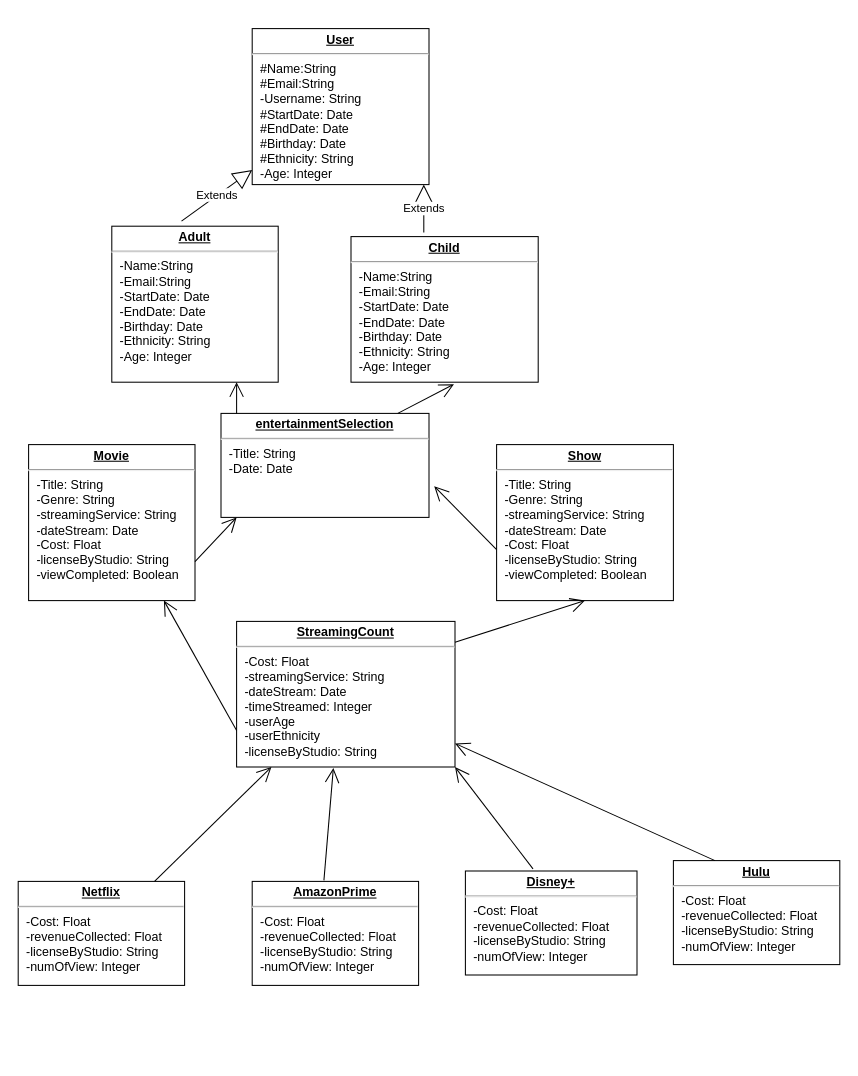
Before: img/Untitled Diagram.drawio in Laurie415/moki, a draw.io diagram. Source tidied: cells renumbered, new cells numbered last; positions are measured from the earlier drawing's top-left corner, leaving out a move shared by most shapes. Both pictures are drawn from the tidied source at 104%, with x=0, y=0 at pixel (18, 28).
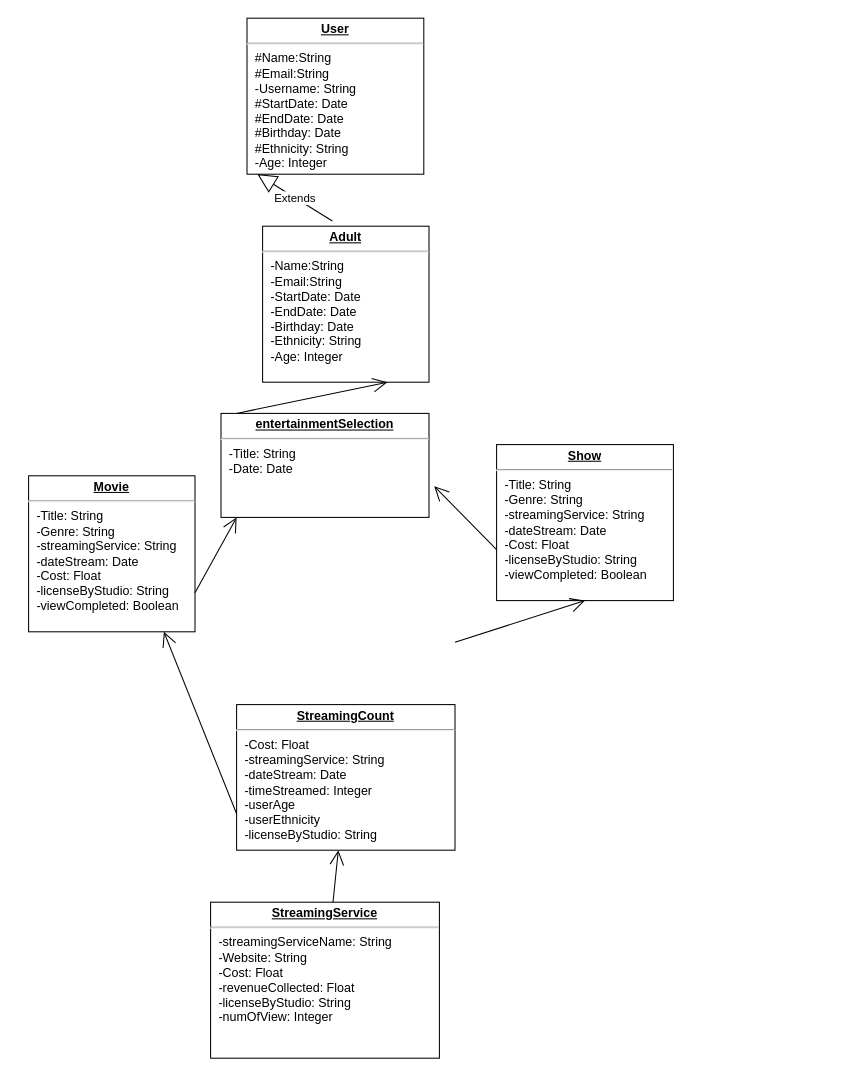
The same diagram, later.

The change refers to these unchanged cells:
```xml
<mxCell id="3" value="&lt;p style=&quot;margin: 0px ; margin-top: 4px ; text-align: center ; text-decoration: underline&quot;&gt;&lt;b&gt;entertainmentSelection&lt;/b&gt;&lt;/p&gt;&lt;hr&gt;&lt;p style=&quot;margin: 0px ; margin-left: 8px&quot;&gt;-Title: String&lt;br&gt;-Date: Date&lt;br&gt;&lt;br&gt;&lt;/p&gt;&lt;p style=&quot;margin: 0px ; margin-left: 8px&quot;&gt;&lt;br&gt;&lt;/p&gt;" style="verticalAlign=top;align=left;overflow=fill;fontSize=12;fontFamily=Helvetica;html=1;" parent="1" vertex="1">
  <mxGeometry x="195" y="370" width="200" height="100" as="geometry" />
</mxCell>
```

Change to the diagram source:
```diff
@@
     <mxCell id="2" value="&lt;p style=&quot;margin: 0px ; margin-top: 4px ; text-align: center ; text-decoration: underline&quot;&gt;&lt;b&gt;User&lt;/b&gt;&lt;/p&gt;&lt;hr&gt;&lt;p style=&quot;margin: 0px ; margin-left: 8px&quot;&gt;#Name:String&lt;br&gt;#Email:String&lt;/p&gt;&lt;p style=&quot;margin: 0px ; margin-left: 8px&quot;&gt;-Username: String&lt;br&gt;#StartDate: Date&lt;/p&gt;&lt;p style=&quot;margin: 0px ; margin-left: 8px&quot;&gt;#EndDate: Date&lt;/p&gt;&lt;p style=&quot;margin: 0px ; margin-left: 8px&quot;&gt;#Birthday: Date&lt;/p&gt;&lt;p style=&quot;margin: 0px ; margin-left: 8px&quot;&gt;#Ethnicity: String&lt;/p&gt;&lt;p style=&quot;margin: 0px ; margin-left: 8px&quot;&gt;-Age: Integer&lt;/p&gt;" style="verticalAlign=top;align=left;overflow=fill;fontSize=12;fontFamily=Helvetica;html=1;" parent="1" vertex="1">
-      <mxGeometry x="225" width="170" height="150" as="geometry" />
+      <mxGeometry x="220" y="-10" width="170" height="150" as="geometry" />
     </mxCell>
@@
-    <mxCell id="4" value="&lt;p style=&quot;margin: 0px ; margin-top: 4px ; text-align: center ; text-decoration: underline&quot;&gt;&lt;b&gt;Adult&lt;/b&gt;&lt;/p&gt;&lt;hr&gt;&lt;p style=&quot;margin: 0px 0px 0px 8px&quot;&gt;-Name:String&lt;br&gt;-Email:String&lt;br&gt;-StartDate: Date&lt;/p&gt;&lt;p style=&quot;margin: 0px 0px 0px 8px&quot;&gt;-EndDate: Date&lt;/p&gt;&lt;p style=&quot;margin: 0px 0px 0px 8px&quot;&gt;-Birthday: Date&lt;/p&gt;&lt;p style=&quot;margin: 0px 0px 0px 8px&quot;&gt;-Ethnicity: String&lt;/p&gt;&lt;p style=&quot;margin: 0px 0px 0px 8px&quot;&gt;-Age: Integer&lt;/p&gt;" style="verticalAlign=top;align=left;overflow=fill;fontSize=12;fontFamily=Helvetica;html=1;" parent="1" vertex="1">
-      <mxGeometry x="90" y="190" width="160" height="150" as="geometry" />
+    <mxCell id="4" value="&lt;p style=&quot;margin: 0px ; margin-top: 4px ; text-align: center ; text-decoration: underline&quot;&gt;&lt;b&gt;Adult&lt;/b&gt;&lt;/p&gt;&lt;hr&gt;&lt;p style=&quot;margin: 0px 0px 0px 8px&quot;&gt;-Name:String&lt;br&gt;-Email:String&lt;br&gt;-StartDate: Date&lt;/p&gt;&lt;p style=&quot;margin: 0px 0px 0px 8px&quot;&gt;-EndDate: Date&lt;/p&gt;&lt;p style=&quot;margin: 0px 0px 0px 8px&quot;&gt;-Birthday: Date&lt;/p&gt;&lt;p style=&quot;margin: 0px 0px 0px 8px&quot;&gt;-Ethnicity: String&lt;/p&gt;&lt;p style=&quot;margin: 0px 0px 0px 8px&quot;&gt;-Age: Integer&lt;/p&gt;&lt;p style=&quot;margin: 0px 0px 0px 8px&quot;&gt;&lt;br&gt;&lt;/p&gt;" style="verticalAlign=top;align=left;overflow=fill;fontSize=12;fontFamily=Helvetica;html=1;" parent="1" vertex="1">
+      <mxGeometry x="235" y="190" width="160" height="150" as="geometry" />
     </mxCell>
-    <mxCell id="5" value="&lt;p style=&quot;margin: 0px ; margin-top: 4px ; text-align: center ; text-decoration: underline&quot;&gt;&lt;b&gt;Child&lt;/b&gt;&lt;/p&gt;&lt;hr&gt;&lt;p style=&quot;margin: 0px 0px 0px 8px&quot;&gt;-Name:String&lt;br&gt;-Email:String&lt;br&gt;-StartDate: Date&lt;/p&gt;&lt;p style=&quot;margin: 0px 0px 0px 8px&quot;&gt;-EndDate: Date&lt;/p&gt;&lt;p style=&quot;margin: 0px 0px 0px 8px&quot;&gt;-Birthday: Date&lt;/p&gt;&lt;p style=&quot;margin: 0px 0px 0px 8px&quot;&gt;-Ethnicity: String&lt;/p&gt;&lt;p style=&quot;margin: 0px 0px 0px 8px&quot;&gt;-Age: Integer&lt;/p&gt;" style="verticalAlign=top;align=left;overflow=fill;fontSize=12;fontFamily=Helvetica;html=1;" parent="1" vertex="1">
-      <mxGeometry x="320" y="200" width="180" height="140" as="geometry" />
-    </mxCell>
-    <mxCell id="6" value="&lt;p style=&quot;margin: 0px ; margin-top: 4px ; text-align: center ; text-decoration: underline&quot;&gt;&lt;b&gt;Netflix&lt;/b&gt;&lt;/p&gt;&lt;hr&gt;&lt;p style=&quot;margin: 0px ; margin-left: 8px&quot;&gt;-Cost: Float&lt;/p&gt;&lt;p style=&quot;margin: 0px ; margin-left: 8px&quot;&gt;-revenueCollected: Float&lt;/p&gt;&lt;p style=&quot;margin: 0px ; margin-left: 8px&quot;&gt;-licenseByStudio: String&lt;/p&gt;&lt;p style=&quot;margin: 0px ; margin-left: 8px&quot;&gt;-numOfView: Integer&lt;/p&gt;" style="verticalAlign=top;align=left;overflow=fill;fontSize=12;fontFamily=Helvetica;html=1;" parent="1" vertex="1">
-      <mxGeometry y="820" width="160" height="100" as="geometry" />
+    <mxCell id="6" value="&lt;p style=&quot;margin: 0px ; margin-top: 4px ; text-align: center ; text-decoration: underline&quot;&gt;&lt;b&gt;StreamingService&lt;/b&gt;&lt;/p&gt;&lt;hr&gt;&lt;p style=&quot;margin: 0px ; margin-left: 8px&quot;&gt;-streamingServiceName: String&lt;/p&gt;&lt;p style=&quot;margin: 0px ; margin-left: 8px&quot;&gt;-Website: String&lt;/p&gt;&lt;p style=&quot;margin: 0px ; margin-left: 8px&quot;&gt;-Cost: Float&lt;/p&gt;&lt;p style=&quot;margin: 0px ; margin-left: 8px&quot;&gt;-revenueCollected: Float&lt;/p&gt;&lt;p style=&quot;margin: 0px ; margin-left: 8px&quot;&gt;-licenseByStudio: String&lt;/p&gt;&lt;p style=&quot;margin: 0px ; margin-left: 8px&quot;&gt;-numOfView: Integer&lt;/p&gt;" style="verticalAlign=top;align=left;overflow=fill;fontSize=12;fontFamily=Helvetica;html=1;" parent="1" vertex="1">
+      <mxGeometry x="185" y="840" width="220" height="150" as="geometry" />
     </mxCell>
-    <mxCell id="7" value="&lt;p style=&quot;margin: 0px ; margin-top: 4px ; text-align: center ; text-decoration: underline&quot;&gt;&lt;b&gt;AmazonPrime&lt;/b&gt;&lt;/p&gt;&lt;hr&gt;&lt;p style=&quot;margin: 0px 0px 0px 8px&quot;&gt;-Cost: Float&lt;/p&gt;&lt;p style=&quot;margin: 0px 0px 0px 8px&quot;&gt;-revenueCollected: Float&lt;/p&gt;&lt;p style=&quot;margin: 0px 0px 0px 8px&quot;&gt;-licenseByStudio: String&lt;/p&gt;&lt;p style=&quot;margin: 0px 0px 0px 8px&quot;&gt;-numOfView: Integer&lt;br&gt;&lt;/p&gt;&lt;p style=&quot;margin: 0px 0px 0px 8px&quot;&gt;&lt;br&gt;&lt;/p&gt;" style="verticalAlign=top;align=left;overflow=fill;fontSize=12;fontFamily=Helvetica;html=1;" parent="1" vertex="1">
-      <mxGeometry x="225" y="820" width="160" height="100" as="geometry" />
-    </mxCell>
-    <mxCell id="8" value="&lt;p style=&quot;margin: 0px ; margin-top: 4px ; text-align: center ; text-decoration: underline&quot;&gt;&lt;b&gt;Disney+&lt;/b&gt;&lt;/p&gt;&lt;hr&gt;&lt;p style=&quot;margin: 0px 0px 0px 8px&quot;&gt;-Cost: Float&lt;/p&gt;&lt;p style=&quot;margin: 0px 0px 0px 8px&quot;&gt;-revenueCollected: Float&lt;/p&gt;&lt;p style=&quot;margin: 0px 0px 0px 8px&quot;&gt;-licenseByStudio: String&lt;/p&gt;&lt;p style=&quot;margin: 0px 0px 0px 8px&quot;&gt;-numOfView: Integer&lt;/p&gt;" style="verticalAlign=top;align=left;overflow=fill;fontSize=12;fontFamily=Helvetica;html=1;" parent="1" vertex="1">
-      <mxGeometry x="430" y="810" width="165" height="100" as="geometry" />
-    </mxCell>
-    <mxCell id="9" value="&lt;p style=&quot;margin: 0px ; margin-top: 4px ; text-align: center ; text-decoration: underline&quot;&gt;&lt;b&gt;Hulu&lt;/b&gt;&lt;/p&gt;&lt;hr&gt;&lt;p style=&quot;margin: 0px 0px 0px 8px&quot;&gt;-Cost: Float&lt;/p&gt;&lt;p style=&quot;margin: 0px 0px 0px 8px&quot;&gt;-revenueCollected: Float&lt;/p&gt;&lt;p style=&quot;margin: 0px 0px 0px 8px&quot;&gt;-licenseByStudio: String&lt;/p&gt;&lt;p style=&quot;margin: 0px 0px 0px 8px&quot;&gt;-numOfView: Integer&lt;/p&gt;" style="verticalAlign=top;align=left;overflow=fill;fontSize=12;fontFamily=Helvetica;html=1;" parent="1" vertex="1">
-      <mxGeometry x="630" y="800" width="160" height="100" as="geometry" />
-    </mxCell>
-    <mxCell id="10" value="Extends" style="endArrow=block;endSize=16;endFill=0;html=1;exitX=0.419;exitY=-0.033;exitDx=0;exitDy=0;exitPerimeter=0;entryX=0;entryY=0.907;entryDx=0;entryDy=0;entryPerimeter=0;" parent="1" edge="1" source="4" target="2">
+    <mxCell id="10" value="Extends" style="endArrow=block;endSize=16;endFill=0;html=1;exitX=0.419;exitY=-0.033;exitDx=0;exitDy=0;exitPerimeter=0;entryX=0.059;entryY=1;entryDx=0;entryDy=0;entryPerimeter=0;" parent="1" edge="1" source="4" target="2">
       <mxGeometry relative="1" as="geometry" />
     </mxCell>
-    <mxCell id="11" value="Extends" style="endArrow=block;endSize=16;endFill=0;html=1;" parent="1" edge="1">
-      <mxGeometry relative="1" as="geometry">
-        <mxPoint x="390" y="196" as="sourcePoint" />
-        <mxPoint x="390" y="150" as="targetPoint" />
-      </mxGeometry>
-    </mxCell>
     <mxCell id="12" value="&lt;p style=&quot;margin: 0px ; margin-top: 4px ; text-align: center ; text-decoration: underline&quot;&gt;&lt;b&gt;Movie&lt;/b&gt;&lt;/p&gt;&lt;hr&gt;&lt;p style=&quot;margin: 0px ; margin-left: 8px&quot;&gt;-Title: String&lt;/p&gt;&lt;p style=&quot;margin: 0px ; margin-left: 8px&quot;&gt;-Genre: String&lt;/p&gt;&lt;p style=&quot;margin: 0px ; margin-left: 8px&quot;&gt;-streamingService: String&lt;/p&gt;&lt;p style=&quot;margin: 0px ; margin-left: 8px&quot;&gt;-dateStream: Date&lt;/p&gt;&lt;p style=&quot;margin: 0px ; margin-left: 8px&quot;&gt;-Cost: Float&lt;/p&gt;&lt;p style=&quot;margin: 0px ; margin-left: 8px&quot;&gt;-licenseByStudio: String&lt;/p&gt;&lt;p style=&quot;margin: 0px ; margin-left: 8px&quot;&gt;-viewCompleted: Boolean&lt;/p&gt;" style="verticalAlign=top;align=left;overflow=fill;fontSize=12;fontFamily=Helvetica;html=1;" parent="1" vertex="1">
-      <mxGeometry x="10" y="400" width="160" height="150" as="geometry" />
+      <mxGeometry x="10" y="430" width="160" height="150" as="geometry" />
     </mxCell>
@@
     <mxCell id="14" value="&lt;p style=&quot;margin: 0px ; margin-top: 4px ; text-align: center ; text-decoration: underline&quot;&gt;&lt;b&gt;StreamingCount&lt;/b&gt;&lt;/p&gt;&lt;hr&gt;&lt;p style=&quot;margin: 0px ; margin-left: 8px&quot;&gt;-Cost: Float&lt;/p&gt;&lt;p style=&quot;margin: 0px ; margin-left: 8px&quot;&gt;-streamingService: String&lt;br&gt;&lt;/p&gt;&lt;p style=&quot;margin: 0px ; margin-left: 8px&quot;&gt;-dateStream: Date&lt;/p&gt;&lt;p style=&quot;margin: 0px ; margin-left: 8px&quot;&gt;-timeStreamed: Integer&lt;/p&gt;&lt;p style=&quot;margin: 0px ; margin-left: 8px&quot;&gt;-userAge&lt;/p&gt;&lt;p style=&quot;margin: 0px ; margin-left: 8px&quot;&gt;-userEthnicity&lt;/p&gt;&lt;p style=&quot;margin: 0px ; margin-left: 8px&quot;&gt;-licenseByStudio: String&lt;/p&gt;&lt;p style=&quot;margin: 0px ; margin-left: 8px&quot;&gt;&lt;br&gt;&lt;/p&gt;" style="verticalAlign=top;align=left;overflow=fill;fontSize=12;fontFamily=Helvetica;html=1;" parent="1" vertex="1">
-      <mxGeometry x="210" y="570" width="210" height="140" as="geometry" />
+      <mxGeometry x="210" y="650" width="210" height="140" as="geometry" />
     </mxCell>
@@
-    <mxCell id="16" style="endArrow=open;endFill=1;endSize=12;html=1;entryX=0.55;entryY=1.014;entryDx=0;entryDy=0;entryPerimeter=0;exitX=0.85;exitY=0;exitDx=0;exitDy=0;exitPerimeter=0;" parent="1" edge="1" source="3" target="5">
-      <mxGeometry relative="1" as="geometry" />
-    </mxCell>
@@
-    <mxCell id="22" style="endArrow=open;endFill=1;endSize=12;html=1;exitX=0.431;exitY=-0.01;exitDx=0;exitDy=0;exitPerimeter=0;entryX=0.443;entryY=1.007;entryDx=0;entryDy=0;entryPerimeter=0;" parent="1" edge="1" source="7" target="14">
-      <mxGeometry relative="1" as="geometry" />
-    </mxCell>
-    <mxCell id="23" style="endArrow=open;endFill=1;endSize=12;html=1;exitX=0.394;exitY=-0.02;exitDx=0;exitDy=0;exitPerimeter=0;entryX=1;entryY=1;entryDx=0;entryDy=0;" parent="1" edge="1" source="8" target="14">
-      <mxGeometry relative="1" as="geometry" />
-    </mxCell>
-    <mxCell id="24" style="endArrow=open;endFill=1;endSize=12;html=1;exitX=0.25;exitY=0;exitDx=0;exitDy=0;" parent="1" edge="1" source="9" target="14">
-      <mxGeometry relative="1" as="geometry" />
-    </mxCell>
```
